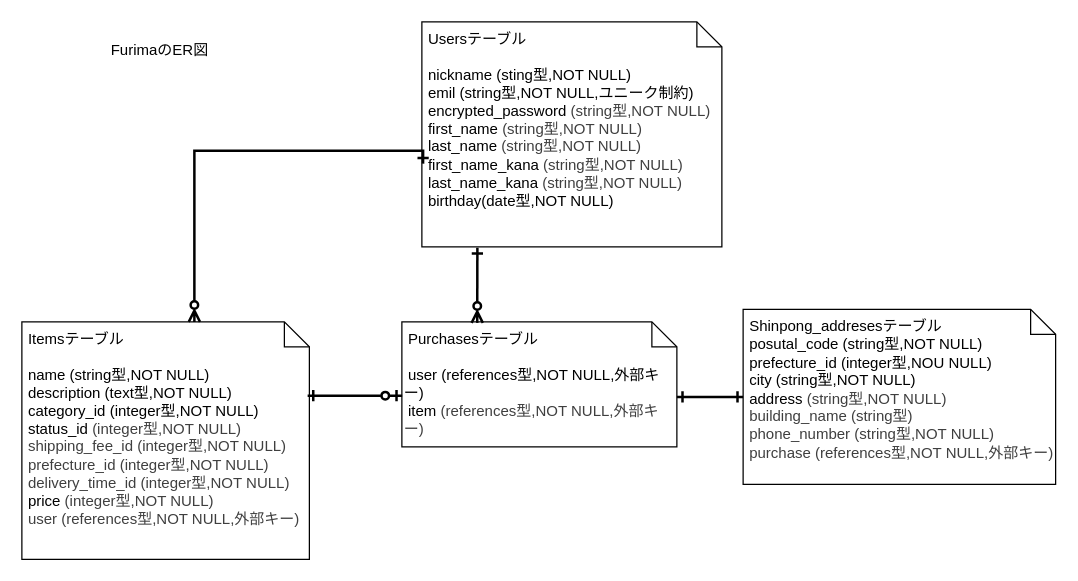
Above: test.dio in zakusenSS/furima-41972 (draw.io), before the change. Source tidied: cells renumbered, new cells numbered last; positions are measured from the earlier drawing's top-left corner, leaving out a move shared by most shapes. Both pictures are drawn from the tidied source at 125%, with x=0, y=0 at pixel (21, 21).
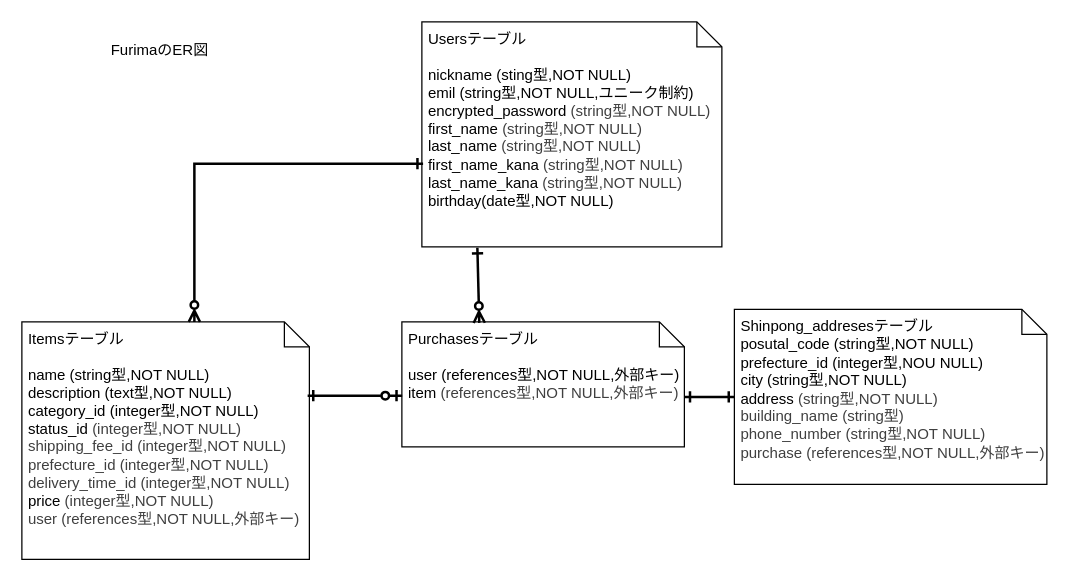
The same diagram, later.

Commit message:
リードミーとER図作成：修正②

Diff of the diagram source:
```diff
@@
 <mxGraphModel>
   <root>
     <mxCell id="0" />
     <mxCell id="1" parent="0" />
     <mxCell id="2" value="&amp;nbsp;Usersテーブル&lt;div&gt;&lt;br&gt;&lt;/div&gt;&lt;div&gt;&amp;nbsp;nickname (sting型,NOT NULL)&lt;/div&gt;&lt;div&gt;&amp;nbsp;emil (string型,NOT NULL,ユニーク制約&lt;span style=&quot;background-color: transparent;&quot;&gt;)&lt;/span&gt;&lt;/div&gt;&lt;div&gt;&amp;nbsp;encrypted_password&amp;nbsp;&lt;span style=&quot;background-color: transparent; color: rgb(63, 63, 63);&quot;&gt;(string型,NOT NULL&lt;/span&gt;&lt;span style=&quot;background-color: transparent; color: rgb(63, 63, 63);&quot;&gt;)&lt;/span&gt;&lt;/div&gt;&lt;div&gt;&amp;nbsp;first_name&amp;nbsp;&lt;span style=&quot;background-color: transparent; color: rgb(63, 63, 63);&quot;&gt;(string型,NOT NULL&lt;/span&gt;&lt;span style=&quot;background-color: transparent; color: rgb(63, 63, 63);&quot;&gt;)&lt;/span&gt;&lt;/div&gt;&lt;div&gt;&amp;nbsp;last_name&amp;nbsp;&lt;span style=&quot;background-color: transparent; color: rgb(63, 63, 63);&quot;&gt;(string型,NOT NULL&lt;/span&gt;&lt;span style=&quot;background-color: transparent; color: rgb(63, 63, 63);&quot;&gt;)&lt;/span&gt;&lt;/div&gt;&lt;div&gt;&amp;nbsp;first_name_kana&amp;nbsp;&lt;span style=&quot;background-color: transparent; color: rgb(63, 63, 63);&quot;&gt;(string型,NOT NULL&lt;/span&gt;&lt;span style=&quot;background-color: transparent; color: rgb(63, 63, 63);&quot;&gt;)&lt;/span&gt;&lt;/div&gt;&lt;div&gt;&amp;nbsp;last_name_kana&amp;nbsp;&lt;span style=&quot;background-color: transparent; color: rgb(63, 63, 63);&quot;&gt;(string型,NOT NULL&lt;/span&gt;&lt;span style=&quot;background-color: transparent; color: rgb(63, 63, 63);&quot;&gt;)&lt;/span&gt;&lt;/div&gt;&lt;div&gt;&amp;nbsp;birthday(date型,NOT NULL)&amp;nbsp;&lt;/div&gt;" style="shape=note;size=20;whiteSpace=wrap;html=1;align=left;horizontal=1;verticalAlign=top;" parent="1" vertex="1">
       <mxGeometry x="320" width="240" height="180" as="geometry" />
     </mxCell>
     <mxCell id="3" value="&amp;nbsp;Itemsテーブル&lt;div&gt;&lt;br&gt;&lt;/div&gt;&lt;div&gt;&amp;nbsp;name (string型,NOT NULL)&lt;/div&gt;&lt;div&gt;&amp;nbsp;description (text型,NOT NULL)&lt;/div&gt;&lt;div&gt;&amp;nbsp;category_id (integer型,NOT NULL)&lt;/div&gt;&lt;div&gt;&amp;nbsp;status_id&amp;nbsp;&lt;span style=&quot;color: rgb(63, 63, 63); background-color: transparent;&quot;&gt;(integer型,NOT NULL)&lt;/span&gt;&lt;/div&gt;&lt;div&gt;&lt;span style=&quot;color: rgb(63, 63, 63); background-color: transparent;&quot;&gt;&amp;nbsp;shipping_fee_id&amp;nbsp;&lt;/span&gt;&lt;span style=&quot;color: rgb(63, 63, 63); background-color: transparent;&quot;&gt;(integer型,NOT NULL)&lt;/span&gt;&lt;/div&gt;&lt;div&gt;&lt;span style=&quot;color: rgb(63, 63, 63); background-color: transparent;&quot;&gt;&amp;nbsp;prefecture_id&amp;nbsp;&lt;/span&gt;&lt;span style=&quot;color: rgb(63, 63, 63); background-color: transparent;&quot;&gt;(integer型,NOT NULL)&lt;/span&gt;&lt;/div&gt;&lt;div&gt;&lt;span style=&quot;color: rgb(63, 63, 63); background-color: transparent;&quot;&gt;&amp;nbsp;delivery_time_id&amp;nbsp;&lt;/span&gt;&lt;span style=&quot;color: rgb(63, 63, 63); background-color: transparent;&quot;&gt;(integer型,NOT NULL)&lt;/span&gt;&lt;/div&gt;&lt;div&gt;&amp;nbsp;price&amp;nbsp;&lt;span style=&quot;color: rgb(63, 63, 63); background-color: transparent;&quot;&gt;(integer型,NOT NULL)&lt;/span&gt;&lt;/div&gt;&lt;div&gt;&lt;span style=&quot;color: rgb(63, 63, 63); background-color: transparent;&quot;&gt;&amp;nbsp;user (references型,NOT NULL,外部キー)&lt;/span&gt;&lt;/div&gt;" style="shape=note;size=20;whiteSpace=wrap;html=1;align=left;horizontal=1;verticalAlign=top;" parent="1" vertex="1">
       <mxGeometry y="240" width="230" height="190" as="geometry" />
     </mxCell>
     <mxCell id="4" value="FurimaのER図" style="text;html=1;align=center;verticalAlign=middle;strokeColor=none;fillColor=none;" parent="1" vertex="1">
       <mxGeometry x="60" y="8" width="100" height="30" as="geometry" />
     </mxCell>
     <mxCell id="5" value="&amp;nbsp;Shinpong_addresesテーブル&lt;div&gt;&amp;nbsp;posutal_code (string型,NOT NULL)&lt;/div&gt;&lt;div&gt;&amp;nbsp;prefecture_id (integer型,NOU NULL)&lt;/div&gt;&lt;div&gt;&amp;nbsp;city (string型,NOT NULL)&lt;/div&gt;&lt;div&gt;&amp;nbsp;address&amp;nbsp;&lt;span style=&quot;color: rgb(63, 63, 63); background-color: transparent;&quot;&gt;(string型,NOT NULL)&lt;/span&gt;&lt;/div&gt;&lt;div&gt;&lt;span style=&quot;color: rgb(63, 63, 63); background-color: transparent;&quot;&gt;&amp;nbsp;building_name (string型)&lt;/span&gt;&lt;/div&gt;&lt;div&gt;&lt;span style=&quot;color: rgb(63, 63, 63); background-color: transparent;&quot;&gt;&amp;nbsp;phone_number (string型,NOT NULL)&lt;/span&gt;&lt;/div&gt;&lt;div&gt;&lt;span style=&quot;color: rgb(63, 63, 63); background-color: transparent;&quot;&gt;&amp;nbsp;purchase (references型,NOT NULL,外部キー)&lt;/span&gt;&lt;/div&gt;" style="shape=note;size=20;whiteSpace=wrap;html=1;align=left;verticalAlign=top;" parent="1" vertex="1">
-      <mxGeometry x="577" y="230" width="250" height="140" as="geometry" />
+      <mxGeometry x="570" y="230" width="250" height="140" as="geometry" />
     </mxCell>
     <mxCell id="6" value="&amp;nbsp;Purchasesテーブル&lt;div&gt;&lt;font color=&quot;#000000&quot;&gt;&lt;br&gt;&lt;/font&gt;&lt;div&gt;&amp;nbsp;user (references型,NOT NULL,外部キー)&lt;/div&gt;&lt;div&gt;&amp;nbsp;item&amp;nbsp;&lt;span style=&quot;color: rgb(63, 63, 63); background-color: transparent;&quot;&gt;(references型,NOT NULL,外部キー)&lt;/span&gt;&lt;/div&gt;&lt;/div&gt;" style="shape=note;size=20;whiteSpace=wrap;html=1;align=left;verticalAlign=top;" parent="1" vertex="1">
-      <mxGeometry x="304" y="240" width="220" height="100" as="geometry" />
+      <mxGeometry x="304" y="240" width="226" height="100" as="geometry" />
     </mxCell>
-    <mxCell id="7" style="endArrow=ERone;html=1;rounded=0;strokeWidth=2;startArrow=ERone;startFill=0;endFill=0;exitX=0;exitY=0;exitDx=220;exitDy=60;exitPerimeter=0;" parent="1" edge="1" source="6" target="5">
+    <mxCell id="7" style="endArrow=ERone;html=1;rounded=0;strokeWidth=2;startArrow=ERone;startFill=0;endFill=0;exitX=0;exitY=0;exitDx=226;exitDy=60;exitPerimeter=0;" parent="1" edge="1" source="6" target="5">
       <mxGeometry relative="1" as="geometry" />
     </mxCell>
     <mxCell id="8" style="endArrow=ERone;html=1;rounded=0;edgeStyle=orthogonalEdgeStyle;strokeWidth=2;startArrow=ERzeroToMany;startFill=0;endFill=0;entryX=0.004;entryY=0.63;entryDx=0;entryDy=0;entryPerimeter=0;" parent="1" edge="1" source="3" target="2">
       <mxGeometry relative="1" as="geometry">
         <Array as="points">
-          <mxPoint x="138" y="103" />
+          <mxPoint x="138" y="113" />
         </Array>
       </mxGeometry>
     </mxCell>
     <mxCell id="9" style="endArrow=ERzeroToOne;html=1;rounded=0;strokeWidth=2;startArrow=ERone;startFill=0;endFill=0;entryX=0.001;entryY=0.59;entryDx=0;entryDy=0;entryPerimeter=0;exitX=0.994;exitY=0.311;exitDx=0;exitDy=0;exitPerimeter=0;" parent="1" edge="1" source="3" target="6">
       <mxGeometry relative="1" as="geometry" />
     </mxCell>
     <mxCell id="10" style="endArrow=ERone;html=1;rounded=0;entryX=0.185;entryY=1.004;entryDx=0;entryDy=0;entryPerimeter=0;exitX=0.274;exitY=0.008;exitDx=0;exitDy=0;exitPerimeter=0;startArrow=ERzeroToMany;startFill=0;endFill=0;strokeWidth=2;" parent="1" edge="1" source="6" target="2">
       <mxGeometry relative="1" as="geometry" />
     </mxCell>
   </root>
 </mxGraphModel>
```
